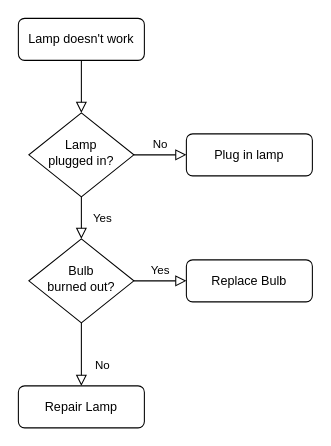
Above: smart_nyumba.drawio in DennisMuasyaWambua/Smart_Nyumba_Mobile_App (draw.io), before the change. Source tidied: cells renumbered, new cells numbered last; positions are measured from the earlier drawing's top-left corner, leaving out a move shared by most shapes. Both pictures are drawn from the tidied source at 105%, with x=0, y=0 at pixel (18, 18).
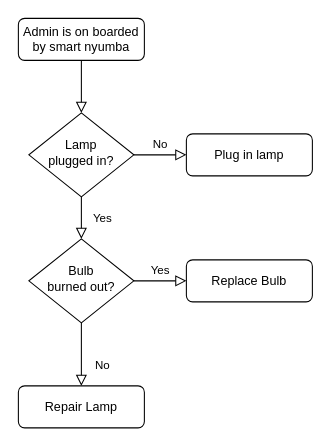
Above is the later version.

What changed in the source:
```diff
@@
 <mxGraphModel>
   <root>
     <mxCell id="0" />
     <mxCell id="1" parent="0" />
     <mxCell id="2" style="rounded=0;html=1;jettySize=auto;fontSize=11;endArrow=block;endFill=0;endSize=8;strokeWidth=1;shadow=0;labelBackgroundColor=none;edgeStyle=orthogonalEdgeStyle;" parent="1" edge="1" source="3" target="6">
       <mxGeometry relative="1" as="geometry" />
     </mxCell>
-    <mxCell id="3" value="Lamp doesn't work" style="rounded=1;whiteSpace=wrap;html=1;fontSize=12;glass=0;strokeWidth=1;shadow=0;" parent="1" vertex="1">
+    <mxCell id="3" value="Admin is on boarded by smart nyumba" style="rounded=1;whiteSpace=wrap;html=1;fontSize=12;glass=0;strokeWidth=1;shadow=0;" parent="1" vertex="1">
       <mxGeometry width="120" height="40" as="geometry" />
     </mxCell>
     <mxCell id="4" value="Yes" style="rounded=0;html=1;jettySize=auto;fontSize=11;endArrow=block;endFill=0;endSize=8;strokeWidth=1;shadow=0;labelBackgroundColor=none;edgeStyle=orthogonalEdgeStyle;" parent="1" edge="1" source="6" target="10">
       <mxGeometry y="20" relative="1" as="geometry" />
     </mxCell>
     <mxCell id="5" value="No" style="edgeStyle=orthogonalEdgeStyle;rounded=0;html=1;jettySize=auto;fontSize=11;endArrow=block;endFill=0;endSize=8;strokeWidth=1;shadow=0;labelBackgroundColor=none;" parent="1" edge="1" source="6" target="7">
       <mxGeometry y="10" relative="1" as="geometry" />
     </mxCell>
     <mxCell id="6" value="Lamp&lt;br&gt;plugged in?" style="rhombus;whiteSpace=wrap;html=1;shadow=0;fontFamily=Helvetica;fontSize=12;align=center;strokeWidth=1;spacing=6;spacingTop=-4;" parent="1" vertex="1">
       <mxGeometry x="10" y="90" width="100" height="80" as="geometry" />
     </mxCell>
     <mxCell id="7" value="Plug in lamp" style="rounded=1;whiteSpace=wrap;html=1;fontSize=12;glass=0;strokeWidth=1;shadow=0;" parent="1" vertex="1">
       <mxGeometry x="160" y="110" width="120" height="40" as="geometry" />
     </mxCell>
     <mxCell id="8" value="No" style="rounded=0;html=1;jettySize=auto;fontSize=11;endArrow=block;endFill=0;endSize=8;strokeWidth=1;shadow=0;labelBackgroundColor=none;edgeStyle=orthogonalEdgeStyle;" parent="1" edge="1" source="10" target="11">
       <mxGeometry x="0.33" y="20" relative="1" as="geometry" />
     </mxCell>
     <mxCell id="9" value="Yes" style="edgeStyle=orthogonalEdgeStyle;rounded=0;html=1;jettySize=auto;fontSize=11;endArrow=block;endFill=0;endSize=8;strokeWidth=1;shadow=0;labelBackgroundColor=none;" parent="1" edge="1" source="10" target="12">
       <mxGeometry y="10" relative="1" as="geometry" />
     </mxCell>
     <mxCell id="10" value="Bulb&lt;br&gt;burned out?" style="rhombus;whiteSpace=wrap;html=1;shadow=0;fontFamily=Helvetica;fontSize=12;align=center;strokeWidth=1;spacing=6;spacingTop=-4;" parent="1" vertex="1">
       <mxGeometry x="10" y="210" width="100" height="80" as="geometry" />
     </mxCell>
     <mxCell id="11" value="Repair Lamp" style="rounded=1;whiteSpace=wrap;html=1;fontSize=12;glass=0;strokeWidth=1;shadow=0;" parent="1" vertex="1">
       <mxGeometry y="350" width="120" height="40" as="geometry" />
     </mxCell>
     <mxCell id="12" value="Replace Bulb" style="rounded=1;whiteSpace=wrap;html=1;fontSize=12;glass=0;strokeWidth=1;shadow=0;" parent="1" vertex="1">
       <mxGeometry x="160" y="230" width="120" height="40" as="geometry" />
     </mxCell>
   </root>
 </mxGraphModel>
```
